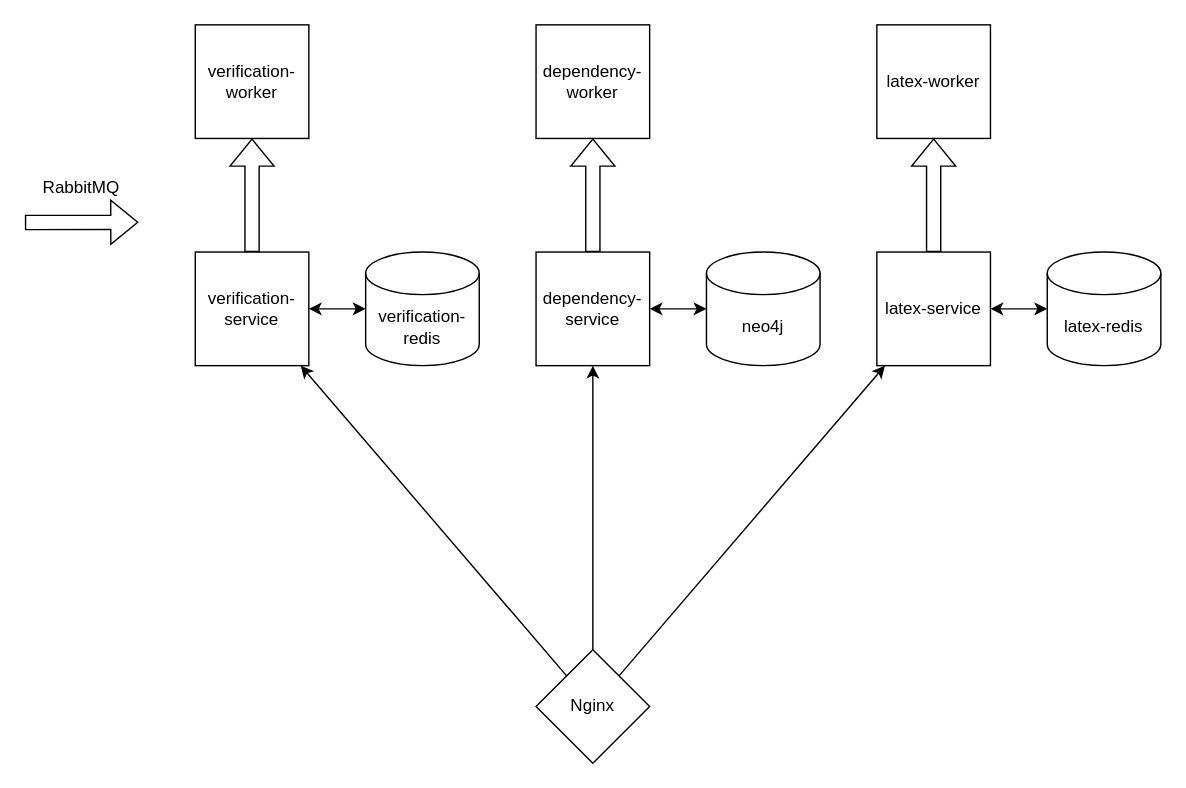
Earlier version of the draw.io diagram figures/Services.drawio (maxwell3025/theorem-library). Source tidied: cells renumbered, new cells numbered last; positions are measured from the earlier drawing's top-left corner, leaving out a move shared by most shapes. Both pictures are drawn from the tidied source at 142%, with x=0, y=0 at pixel (24, 24).
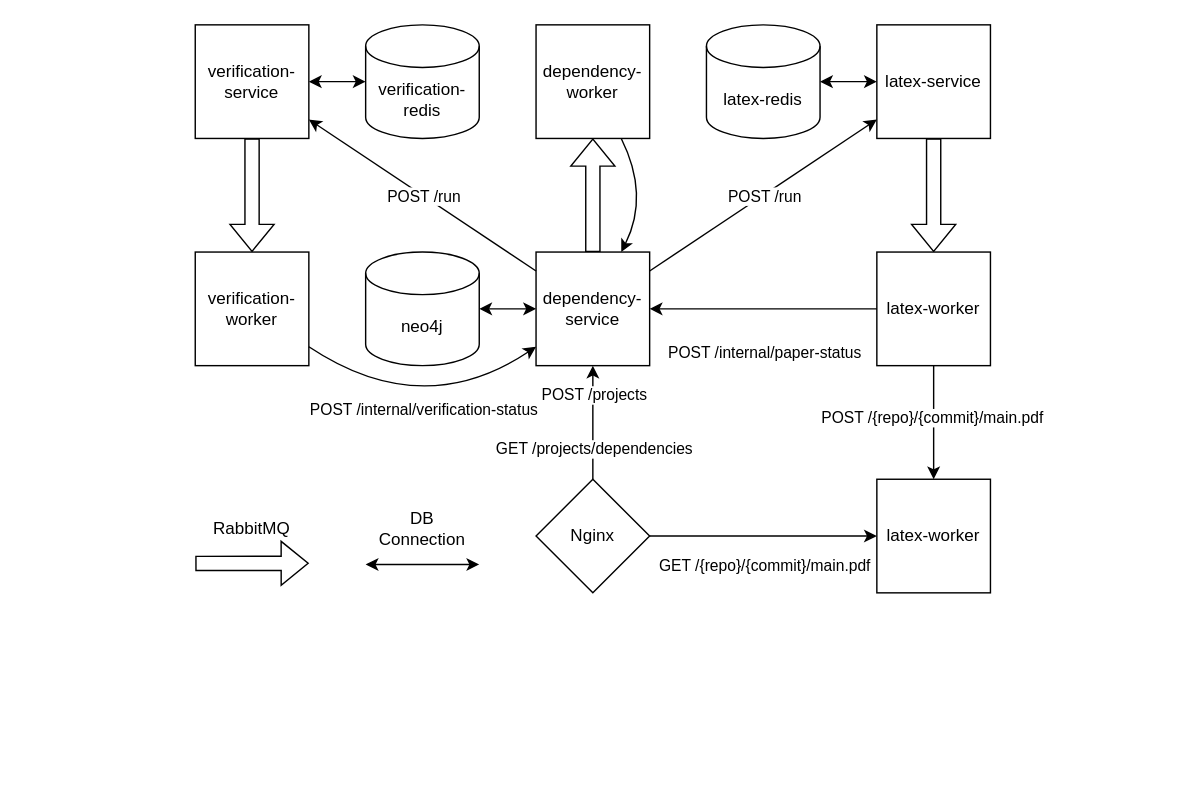
The same diagram, later.

Unchanged cells that the change refers to:
```xml
<mxCell id="6" value="dependency-service" style="whiteSpace=wrap;html=1;" parent="1" vertex="1">
  <mxGeometry x="360" y="160" width="80" height="80" as="geometry" />
</mxCell>
<mxCell id="11" value="dependency-worker" style="whiteSpace=wrap;html=1;" parent="1" vertex="1">
  <mxGeometry x="360" width="80" height="80" as="geometry" />
</mxCell>
<mxCell id="20" style="endArrow=classic;html=1;rounded=0;curved=1;" parent="1" edge="1" source="19" target="6">
  <mxGeometry relative="1" as="geometry" />
</mxCell>
```

Change to the diagram source:
```diff
@@
     <mxCell id="2" value="verification-redis" style="shape=cylinder3;whiteSpace=wrap;html=1;boundedLbl=1;backgroundOutline=1;size=15;" parent="1" vertex="1">
-      <mxGeometry x="240" y="160" width="80" height="80" as="geometry" />
+      <mxGeometry x="240" width="80" height="80" as="geometry" />
     </mxCell>
     <mxCell id="3" value="neo4j" style="shape=cylinder3;whiteSpace=wrap;html=1;boundedLbl=1;backgroundOutline=1;size=15;" parent="1" vertex="1">
-      <mxGeometry x="480" y="160" width="80" height="80" as="geometry" />
+      <mxGeometry x="240" y="160" width="80" height="80" as="geometry" />
     </mxCell>
     <mxCell id="4" value="latex-redis" style="shape=cylinder3;whiteSpace=wrap;html=1;boundedLbl=1;backgroundOutline=1;size=15;" parent="1" vertex="1">
-      <mxGeometry x="720" y="160" width="80" height="80" as="geometry" />
+      <mxGeometry x="480" width="80" height="80" as="geometry" />
     </mxCell>
     <mxCell id="5" value="verification-service" style="whiteSpace=wrap;html=1;" parent="1" vertex="1">
-      <mxGeometry x="120" y="160" width="80" height="80" as="geometry" />
+      <mxGeometry x="120" width="80" height="80" as="geometry" />
     </mxCell>
@@
     <mxCell id="7" value="latex-service" style="whiteSpace=wrap;html=1;" parent="1" vertex="1">
-      <mxGeometry x="600" y="160" width="80" height="80" as="geometry" />
+      <mxGeometry x="600" width="80" height="80" as="geometry" />
     </mxCell>
-    <mxCell id="8" style="shape=flexArrow;endArrow=classic;html=1;rounded=0;exitX=0.5;exitY=0;exitDx=0;exitDy=0;" parent="1" edge="1" source="5" target="15">
+    <mxCell id="8" style="shape=flexArrow;endArrow=classic;html=1;rounded=0;" parent="1" edge="1" source="5" target="15">
       <mxGeometry relative="1" as="geometry" />
     </mxCell>
-    <mxCell id="9" style="shape=flexArrow;endArrow=classic;html=1;rounded=0;exitX=0.5;exitY=0;exitDx=0;exitDy=0;" parent="1" edge="1" source="6" target="11">
+    <mxCell id="9" style="shape=flexArrow;endArrow=classic;html=1;rounded=0;" parent="1" edge="1" source="6" target="11">
       <mxGeometry relative="1" as="geometry" />
     </mxCell>
-    <mxCell id="10" style="shape=flexArrow;endArrow=classic;html=1;rounded=0;exitX=0.5;exitY=0;exitDx=0;exitDy=0;" parent="1" edge="1" source="7" target="14">
+    <mxCell id="10" style="shape=flexArrow;endArrow=classic;html=1;rounded=0;" parent="1" edge="1" source="7" target="14">
       <mxGeometry relative="1" as="geometry" />
     </mxCell>
@@
     <mxCell id="12" style="shape=flexArrow;endArrow=classic;html=1;rounded=0;" parent="1" edge="1">
       <mxGeometry relative="1" as="geometry">
-        <mxPoint y="139.2" as="sourcePoint" />
-        <mxPoint x="80" y="139" as="targetPoint" />
+        <mxPoint x="120" y="379.3" as="sourcePoint" />
+        <mxPoint x="200" y="379.2" as="targetPoint" />
       </mxGeometry>
     </mxCell>
     <mxCell id="13" value="RabbitMQ" style="text;strokeColor=none;align=center;fillColor=none;html=1;verticalAlign=middle;whiteSpace=wrap;rounded=0;" parent="1" vertex="1">
-      <mxGeometry x="10" y="100" width="60" height="30" as="geometry" />
+      <mxGeometry x="130" y="340.2" width="60" height="30" as="geometry" />
     </mxCell>
     <mxCell id="14" value="latex-worker" style="whiteSpace=wrap;html=1;" parent="1" vertex="1">
-      <mxGeometry x="600" width="80" height="80" as="geometry" />
+      <mxGeometry x="600" y="160" width="80" height="80" as="geometry" />
     </mxCell>
     <mxCell id="15" value="verification-worker" style="whiteSpace=wrap;html=1;" parent="1" vertex="1">
-      <mxGeometry x="120" width="80" height="80" as="geometry" />
+      <mxGeometry x="120" y="160" width="80" height="80" as="geometry" />
     </mxCell>
@@
     <mxCell id="19" value="Nginx" style="rhombus;whiteSpace=wrap;html=1;" parent="1" vertex="1">
-      <mxGeometry x="360" y="440" width="80" height="80" as="geometry" />
+      <mxGeometry x="360" y="320" width="80" height="80" as="geometry" />
     </mxCell>
@@
-    <mxCell id="21" style="endArrow=classic;html=1;rounded=0;curved=1;" parent="1" edge="1" source="19" target="7">
-      <mxGeometry relative="1" as="geometry" />
-    </mxCell>
-    <mxCell id="22" style="endArrow=classic;html=1;rounded=0;curved=1;" parent="1" edge="1" source="19" target="5">
-      <mxGeometry relative="1" as="geometry" />
-    </mxCell>
+    <mxCell id="23" value="GET /projects/dependencies" style="edgeLabel;html=1;align=center;verticalAlign=middle;" parent="20" vertex="1">
+      <mxGeometry x="-0.46" y="2" relative="1" as="geometry">
+        <mxPoint x="2" as="offset" />
+      </mxGeometry>
+    </mxCell>
+    <mxCell id="24" style="endArrow=classic;html=1;rounded=0;curved=1;" parent="1" edge="1" source="11" target="6">
+      <mxGeometry relative="1" as="geometry">
+        <Array as="points">
+          <mxPoint x="440" y="120" />
+        </Array>
+      </mxGeometry>
+    </mxCell>
+    <mxCell id="25" style="endArrow=classic;html=1;rounded=0;curved=1;" parent="1" edge="1" source="6" target="7">
+      <mxGeometry relative="1" as="geometry" />
+    </mxCell>
+    <mxCell id="26" style="endArrow=classic;html=1;rounded=0;curved=1;" parent="1" edge="1" source="6" target="5">
+      <mxGeometry relative="1" as="geometry" />
+    </mxCell>
+    <mxCell id="27" style="endArrow=classic;html=1;rounded=0;curved=1;" parent="1" edge="1" source="15" target="6">
+      <mxGeometry relative="1" as="geometry">
+        <Array as="points">
+          <mxPoint x="280" y="280" />
+        </Array>
+      </mxGeometry>
+    </mxCell>
+    <mxCell id="28" style="endArrow=classic;html=1;rounded=0;" parent="1" edge="1" source="14" target="6">
+      <mxGeometry relative="1" as="geometry" />
+    </mxCell>
+    <mxCell id="29" value="latex-worker" style="whiteSpace=wrap;html=1;" parent="1" vertex="1">
+      <mxGeometry x="600" y="320" width="80" height="80" as="geometry" />
+    </mxCell>
+    <mxCell id="30" style="endArrow=classic;html=1;rounded=0;" parent="1" edge="1" source="19" target="29">
+      <mxGeometry relative="1" as="geometry" />
+    </mxCell>
+    <mxCell id="31" value="GET /{repo}/{commit}/main.pdf" style="edgeLabel;html=1;align=center;verticalAlign=middle;" parent="30" vertex="1">
+      <mxGeometry x="-0.13" y="-1" relative="1" as="geometry">
+        <mxPoint x="10" y="19" as="offset" />
+      </mxGeometry>
+    </mxCell>
+    <mxCell id="32" value="POST /internal/verification-status" style="edgeLabel;html=1;align=center;verticalAlign=middle;" parent="30" vertex="1">
+      <mxGeometry x="-0.13" y="-1" relative="1" as="geometry">
+        <mxPoint x="-230" y="-91" as="offset" />
+      </mxGeometry>
+    </mxCell>
+    <mxCell id="33" value="POST /internal/paper-status" style="edgeLabel;html=1;align=center;verticalAlign=middle;" parent="30" vertex="1">
+      <mxGeometry x="-0.13" y="-1" relative="1" as="geometry">
+        <mxPoint x="10" y="-131" as="offset" />
+      </mxGeometry>
+    </mxCell>
+    <mxCell id="34" value="POST /run" style="edgeLabel;html=1;align=center;verticalAlign=middle;" parent="30" vertex="1">
+      <mxGeometry x="-0.13" y="-1" relative="1" as="geometry">
+        <mxPoint x="10" y="-241" as="offset" />
+      </mxGeometry>
+    </mxCell>
+    <mxCell id="35" value="POST /run" style="edgeLabel;html=1;align=center;verticalAlign=middle;" parent="30" vertex="1">
+      <mxGeometry x="-0.13" y="-1" relative="1" as="geometry">
+        <mxPoint x="-230" y="-241" as="offset" />
+      </mxGeometry>
+    </mxCell>
+    <mxCell id="36" value="POST /projects" style="edgeLabel;html=1;align=center;verticalAlign=middle;" parent="30" vertex="1">
+      <mxGeometry x="-0.13" y="-1" relative="1" as="geometry">
+        <mxPoint x="-110" y="-101" as="offset" />
+      </mxGeometry>
+    </mxCell>
+    <mxCell id="37" style="endArrow=classic;html=1;rounded=0;" parent="1" edge="1" source="14" target="29">
+      <mxGeometry relative="1" as="geometry" />
+    </mxCell>
+    <mxCell id="38" value="POST /{repo}/{commit}/main.pdf" style="edgeLabel;html=1;align=center;verticalAlign=middle;" parent="37" vertex="1">
+      <mxGeometry x="-0.09" y="-2" relative="1" as="geometry" />
+    </mxCell>
+    <mxCell id="39" style="endArrow=classic;startArrow=classic;html=1;rounded=0;" parent="1" edge="1">
+      <mxGeometry relative="1" as="geometry">
+        <mxPoint x="240" y="380" as="sourcePoint" />
+        <mxPoint x="320" y="380" as="targetPoint" />
+      </mxGeometry>
+    </mxCell>
+    <mxCell id="40" value="DB Connection" style="text;strokeColor=none;align=center;fillColor=none;html=1;verticalAlign=middle;whiteSpace=wrap;rounded=0;" parent="1" vertex="1">
+      <mxGeometry x="250" y="340.2" width="60" height="30" as="geometry" />
+    </mxCell>
```
